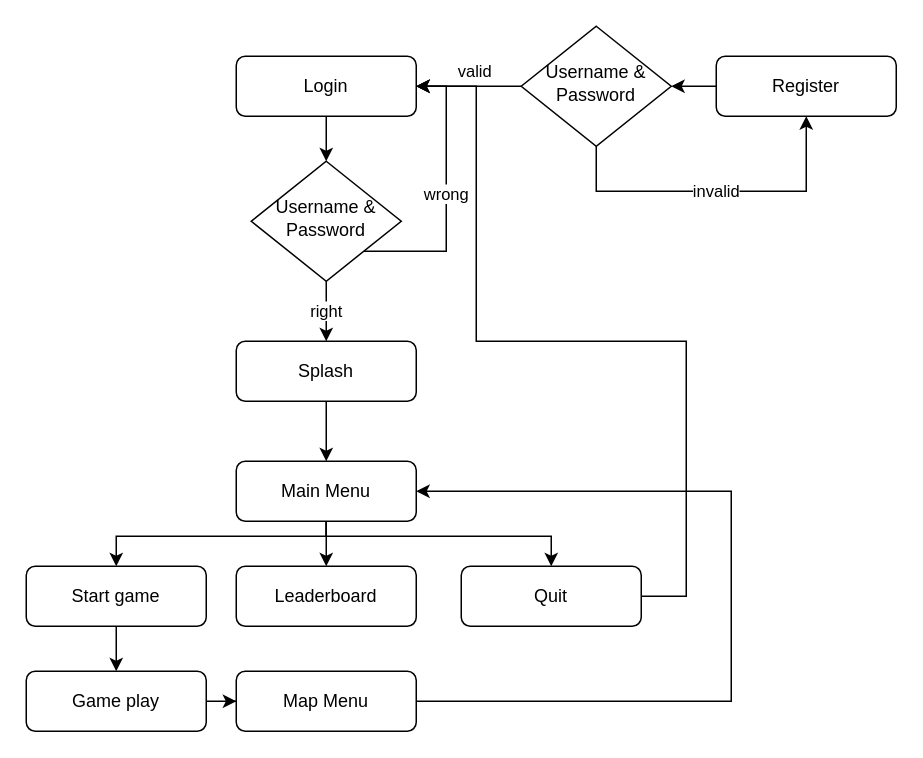
This is flowchart.drawio from shitanshiwoerzi/test, a draw.io file, before an edit. Source tidied: cells renumbered, new cells numbered last; positions are measured from the earlier drawing's top-left corner, leaving out a move shared by most shapes. Both pictures are drawn from the tidied source at 150%, with x=0, y=0 at pixel (26, 26).
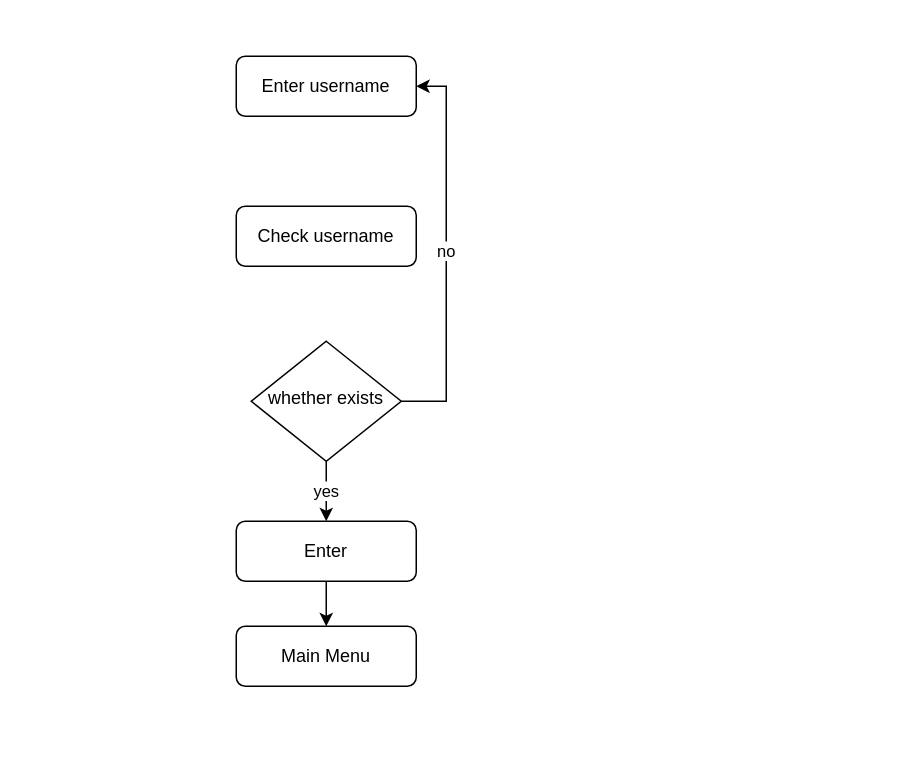
The same page after the edit.

Diff of the diagram source:
```diff
@@
-    <mxCell id="2" style="edgeStyle=orthogonalEdgeStyle;rounded=0;jettySize=auto;html=1;" parent="1" edge="1" source="3" target="6">
-      <mxGeometry relative="1" as="geometry" />
-    </mxCell>
-    <mxCell id="3" value="Login" style="rounded=1;whiteSpace=wrap;html=1;fontSize=12;glass=0;strokeWidth=1;shadow=0;" parent="1" vertex="1">
+    <mxCell id="3" value="Enter username" style="rounded=1;whiteSpace=wrap;html=1;fontSize=12;glass=0;strokeWidth=1;shadow=0;" parent="1" vertex="1">
       <mxGeometry x="140" y="20" width="120" height="40" as="geometry" />
     </mxCell>
-    <mxCell id="4" value="wrong" style="edgeStyle=orthogonalEdgeStyle;rounded=0;jettySize=auto;html=1;entryX=1;entryY=0.5;entryDx=0;entryDy=0;" parent="1" edge="1" source="6" target="3">
+    <mxCell id="4" value="no" style="edgeStyle=orthogonalEdgeStyle;rounded=0;jettySize=auto;html=1;entryX=1;entryY=0.5;entryDx=0;entryDy=0;" parent="1" edge="1" source="6" target="3">
       <mxGeometry relative="1" as="geometry">
         <Array as="points">
-          <mxPoint x="280" y="150" />
+          <mxPoint x="280" y="250" />
           <mxPoint x="280" y="40" />
         </Array>
       </mxGeometry>
     </mxCell>
-    <mxCell id="5" value="right" style="edgeStyle=orthogonalEdgeStyle;rounded=0;jettySize=auto;html=1;entryX=0.5;entryY=0;entryDx=0;entryDy=0;" parent="1" edge="1" source="6" target="13">
+    <mxCell id="5" value="yes" style="edgeStyle=orthogonalEdgeStyle;rounded=0;jettySize=auto;html=1;entryX=0.5;entryY=0;entryDx=0;entryDy=0;" parent="1" edge="1" source="6" target="13">
       <mxGeometry relative="1" as="geometry" />
     </mxCell>
-    <mxCell id="6" value="Username &amp;amp; Password" style="rhombus;whiteSpace=wrap;html=1;shadow=0;fontFamily=Helvetica;fontSize=12;align=center;strokeWidth=1;spacing=6;spacingTop=-4;" parent="1" vertex="1">
-      <mxGeometry x="150" y="90" width="100" height="80" as="geometry" />
+    <mxCell id="6" value="whether exists" style="rhombus;whiteSpace=wrap;html=1;shadow=0;fontFamily=Helvetica;fontSize=12;align=center;strokeWidth=1;spacing=6;spacingTop=-4;" parent="1" vertex="1">
+      <mxGeometry x="150" y="210" width="100" height="80" as="geometry" />
     </mxCell>
-    <mxCell id="7" style="edgeStyle=orthogonalEdgeStyle;rounded=0;jettySize=auto;html=1;entryX=1;entryY=0.5;entryDx=0;entryDy=0;" parent="1" edge="1" source="8" target="11">
-      <mxGeometry relative="1" as="geometry" />
-    </mxCell>
-    <mxCell id="8" value="Register" style="rounded=1;whiteSpace=wrap;html=1;fontSize=12;glass=0;strokeWidth=1;shadow=0;" parent="1" vertex="1">
-      <mxGeometry x="460" y="20" width="120" height="40" as="geometry" />
-    </mxCell>
-    <mxCell id="9" value="valid" style="edgeStyle=orthogonalEdgeStyle;rounded=0;jettySize=auto;html=1;entryX=1;entryY=0.5;entryDx=0;entryDy=0;" parent="1" edge="1" source="11" target="3">
-      <mxGeometry x="-0.11" y="-10" relative="1" as="geometry" />
-    </mxCell>
-    <mxCell id="10" value="invalid" style="edgeStyle=orthogonalEdgeStyle;rounded=0;jettySize=auto;html=1;entryX=0.5;entryY=1;entryDx=0;entryDy=0;" parent="1" edge="1" source="11" target="8">
-      <mxGeometry relative="1" as="geometry">
-        <Array as="points">
-          <mxPoint x="380" y="110" />
-          <mxPoint x="520" y="110" />
-        </Array>
-      </mxGeometry>
-    </mxCell>
-    <mxCell id="11" value="Username &amp;amp; Password" style="rhombus;whiteSpace=wrap;html=1;shadow=0;fontFamily=Helvetica;fontSize=12;align=center;strokeWidth=1;spacing=6;spacingTop=-4;" parent="1" vertex="1">
-      <mxGeometry x="330" width="100" height="80" as="geometry" />
-    </mxCell>
@@
-    <mxCell id="13" value="Splash&lt;br&gt;" style="rounded=1;whiteSpace=wrap;html=1;fontSize=12;glass=0;strokeWidth=1;shadow=0;" parent="1" vertex="1">
-      <mxGeometry x="140" y="210" width="120" height="40" as="geometry" />
+    <mxCell id="13" value="Enter" style="rounded=1;whiteSpace=wrap;html=1;fontSize=12;glass=0;strokeWidth=1;shadow=0;" parent="1" vertex="1">
+      <mxGeometry x="140" y="330" width="120" height="40" as="geometry" />
     </mxCell>
-    <mxCell id="14" style="edgeStyle=orthogonalEdgeStyle;rounded=0;jettySize=auto;html=1;" parent="1" edge="1" source="17" target="18">
-      <mxGeometry relative="1" as="geometry" />
-    </mxCell>
-    <mxCell id="15" style="edgeStyle=orthogonalEdgeStyle;rounded=0;jettySize=auto;html=1;exitX=0.5;exitY=1;exitDx=0;exitDy=0;" parent="1" edge="1" source="17" target="20">
-      <mxGeometry relative="1" as="geometry">
-        <Array as="points">
-          <mxPoint x="200" y="340" />
-          <mxPoint x="60" y="340" />
-        </Array>
-      </mxGeometry>
-    </mxCell>
-    <mxCell id="16" style="edgeStyle=orthogonalEdgeStyle;rounded=0;jettySize=auto;html=1;" parent="1" edge="1" source="17" target="22">
-      <mxGeometry relative="1" as="geometry">
-        <Array as="points">
-          <mxPoint x="200" y="340" />
-          <mxPoint x="350" y="340" />
-        </Array>
-      </mxGeometry>
-    </mxCell>
     <mxCell id="17" value="Main Menu" style="rounded=1;whiteSpace=wrap;html=1;fontSize=12;glass=0;strokeWidth=1;shadow=0;" parent="1" vertex="1">
-      <mxGeometry x="140" y="290" width="120" height="40" as="geometry" />
+      <mxGeometry x="140" y="400" width="120" height="40" as="geometry" />
     </mxCell>
-    <mxCell id="18" value="Leaderboard" style="rounded=1;whiteSpace=wrap;html=1;fontSize=12;glass=0;strokeWidth=1;shadow=0;" parent="1" vertex="1">
-      <mxGeometry x="140" y="360" width="120" height="40" as="geometry" />
-    </mxCell>
-    <mxCell id="19" style="edgeStyle=orthogonalEdgeStyle;rounded=0;jettySize=auto;html=1;" parent="1" edge="1" source="20" target="24">
-      <mxGeometry relative="1" as="geometry" />
-    </mxCell>
-    <mxCell id="20" value="Start game" style="rounded=1;whiteSpace=wrap;html=1;fontSize=12;glass=0;strokeWidth=1;shadow=0;" parent="1" vertex="1">
-      <mxGeometry y="360" width="120" height="40" as="geometry" />
-    </mxCell>
-    <mxCell id="21" style="edgeStyle=orthogonalEdgeStyle;rounded=0;jettySize=auto;html=1;entryX=1;entryY=0.5;entryDx=0;entryDy=0;" parent="1" edge="1" source="22" target="3">
-      <mxGeometry relative="1" as="geometry">
-        <Array as="points">
-          <mxPoint x="440" y="380" />
-          <mxPoint x="440" y="210" />
-          <mxPoint x="300" y="210" />
-          <mxPoint x="300" y="40" />
-        </Array>
-      </mxGeometry>
-    </mxCell>
-    <mxCell id="22" value="Quit" style="rounded=1;whiteSpace=wrap;html=1;fontSize=12;glass=0;strokeWidth=1;shadow=0;" parent="1" vertex="1">
-      <mxGeometry x="290" y="360" width="120" height="40" as="geometry" />
-    </mxCell>
-    <mxCell id="23" style="edgeStyle=orthogonalEdgeStyle;rounded=0;jettySize=auto;html=1;entryX=0;entryY=0.5;entryDx=0;entryDy=0;" parent="1" edge="1" source="24" target="26">
-      <mxGeometry relative="1" as="geometry" />
-    </mxCell>
-    <mxCell id="24" value="Game play" style="rounded=1;whiteSpace=wrap;html=1;fontSize=12;glass=0;strokeWidth=1;shadow=0;" parent="1" vertex="1">
-      <mxGeometry y="430" width="120" height="40" as="geometry" />
-    </mxCell>
-    <mxCell id="25" style="edgeStyle=orthogonalEdgeStyle;rounded=0;jettySize=auto;html=1;entryX=1;entryY=0.5;entryDx=0;entryDy=0;" parent="1" edge="1" source="26" target="17">
-      <mxGeometry relative="1" as="geometry">
-        <Array as="points">
-          <mxPoint x="470" y="450" />
-          <mxPoint x="470" y="310" />
-        </Array>
-      </mxGeometry>
-    </mxCell>
-    <mxCell id="26" value="Map Menu" style="rounded=1;whiteSpace=wrap;html=1;fontSize=12;glass=0;strokeWidth=1;shadow=0;" parent="1" vertex="1">
-      <mxGeometry x="140" y="430" width="120" height="40" as="geometry" />
-    </mxCell>
+    <mxCell id="27" value="Check username" style="rounded=1;whiteSpace=wrap;html=1;fontSize=12;glass=0;strokeWidth=1;shadow=0;" parent="1" vertex="1">
+      <mxGeometry x="140" y="120" width="120" height="40" as="geometry" />
+    </mxCell>
```
